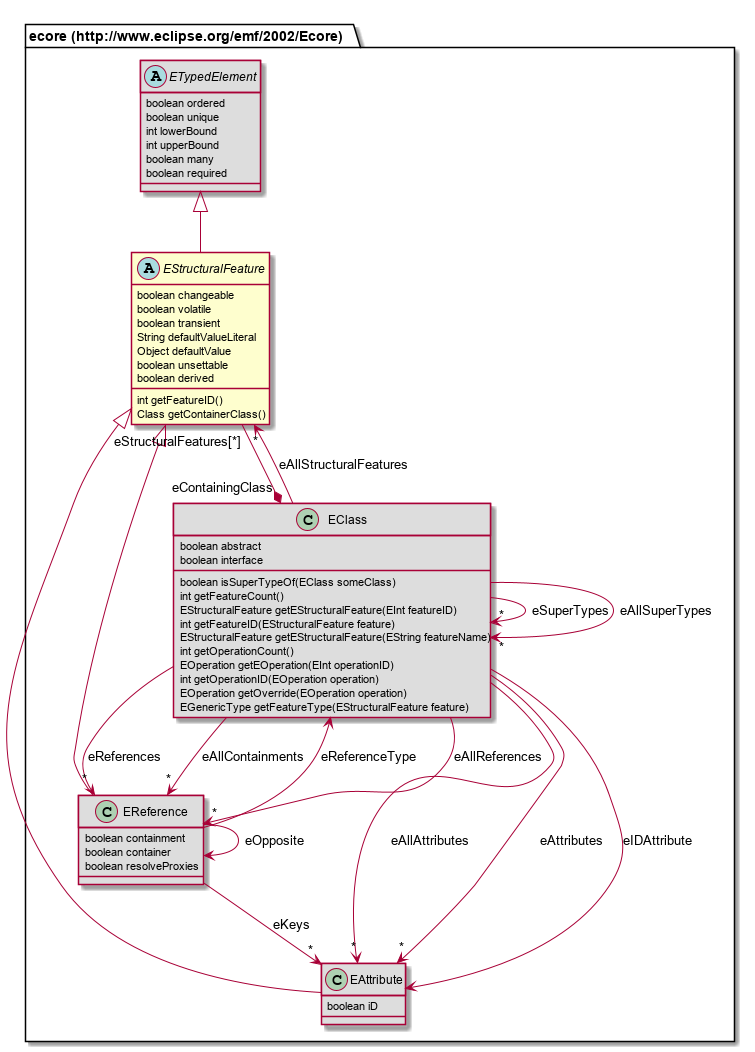
Before: repository/src/site/resources/model-doc/687474703a2f2f7777772e65636c697073652e6f72672f656d662f323030322f45636f7265/EStructuralFeature.png, a diagram exported from PlantUML (Nasdanika/html). The source it was exported from:
```plantuml
@startuml
abstract class "ecore (http://www.eclipse.org/emf/2002/Ecore).EStructuralFeature" [[#router/doc-content/687474703a2f2f7777772e65636c697073652e6f72672f656d662f323030322f45636f7265/EStructuralFeature.html]] {
	boolean changeable
	boolean volatile
	boolean transient
	String defaultValueLiteral
	Object defaultValue
	boolean unsettable
	boolean derived
	int getFeatureID()
	Class getContainerClass()
}
abstract class "ecore (http://www.eclipse.org/emf/2002/Ecore).ETypedElement" [[#router/doc-content/687474703a2f2f7777772e65636c697073652e6f72672f656d662f323030322f45636f7265/ETypedElement.html]] #DDDDDD {
	boolean ordered
	boolean unique
	int lowerBound
	int upperBound
	boolean many
	boolean required
}
class "ecore (http://www.eclipse.org/emf/2002/Ecore).EClass" [[#router/doc-content/687474703a2f2f7777772e65636c697073652e6f72672f656d662f323030322f45636f7265/EClass.html]] #DDDDDD {
	boolean abstract
	boolean interface
	boolean isSuperTypeOf(EClass someClass)
	int getFeatureCount()
	EStructuralFeature getEStructuralFeature(EInt featureID)
	int getFeatureID(EStructuralFeature feature)
	EStructuralFeature getEStructuralFeature(EString featureName)
	int getOperationCount()
	EOperation getEOperation(EInt operationID)
	int getOperationID(EOperation operation)
	EOperation getOverride(EOperation operation)
	EGenericType getFeatureType(EStructuralFeature feature)
}
class "ecore (http://www.eclipse.org/emf/2002/Ecore).EAttribute" [[#router/doc-content/687474703a2f2f7777772e65636c697073652e6f72672f656d662f323030322f45636f7265/EAttribute.html]] #DDDDDD {
	boolean iD
}
class "ecore (http://www.eclipse.org/emf/2002/Ecore).EReference" [[#router/doc-content/687474703a2f2f7777772e65636c697073652e6f72672f656d662f323030322f45636f7265/EReference.html]] #DDDDDD {
	boolean containment
	boolean container
	boolean resolveProxies
}
"ecore (http://www.eclipse.org/emf/2002/Ecore).ETypedElement" <|-- "ecore (http://www.eclipse.org/emf/2002/Ecore).EStructuralFeature"
"ecore (http://www.eclipse.org/emf/2002/Ecore).EStructuralFeature" <|-- "ecore (http://www.eclipse.org/emf/2002/Ecore).EAttribute"
"ecore (http://www.eclipse.org/emf/2002/Ecore).EStructuralFeature" <|-- "ecore (http://www.eclipse.org/emf/2002/Ecore).EReference"
"ecore (http://www.eclipse.org/emf/2002/Ecore).EStructuralFeature" "eStructuralFeatures[*]" --* "eContainingClass" "ecore (http://www.eclipse.org/emf/2002/Ecore).EClass"
"ecore (http://www.eclipse.org/emf/2002/Ecore).EClass" --> "*" "ecore (http://www.eclipse.org/emf/2002/Ecore).EClass" : eSuperTypes
"ecore (http://www.eclipse.org/emf/2002/Ecore).EClass" --> "*" "ecore (http://www.eclipse.org/emf/2002/Ecore).EAttribute" : eAllAttributes
"ecore (http://www.eclipse.org/emf/2002/Ecore).EClass" --> "*" "ecore (http://www.eclipse.org/emf/2002/Ecore).EReference" : eAllReferences
"ecore (http://www.eclipse.org/emf/2002/Ecore).EClass" --> "*" "ecore (http://www.eclipse.org/emf/2002/Ecore).EReference" : eReferences
"ecore (http://www.eclipse.org/emf/2002/Ecore).EClass" --> "*" "ecore (http://www.eclipse.org/emf/2002/Ecore).EAttribute" : eAttributes
"ecore (http://www.eclipse.org/emf/2002/Ecore).EClass" --> "*" "ecore (http://www.eclipse.org/emf/2002/Ecore).EReference" : eAllContainments
"ecore (http://www.eclipse.org/emf/2002/Ecore).EClass" --> "*" "ecore (http://www.eclipse.org/emf/2002/Ecore).EStructuralFeature" : eAllStructuralFeatures
"ecore (http://www.eclipse.org/emf/2002/Ecore).EClass" --> "*" "ecore (http://www.eclipse.org/emf/2002/Ecore).EClass" : eAllSuperTypes
"ecore (http://www.eclipse.org/emf/2002/Ecore).EClass" --> "ecore (http://www.eclipse.org/emf/2002/Ecore).EAttribute" : eIDAttribute
"ecore (http://www.eclipse.org/emf/2002/Ecore).EReference" --> "ecore (http://www.eclipse.org/emf/2002/Ecore).EReference" : eOpposite
"ecore (http://www.eclipse.org/emf/2002/Ecore).EReference" --> "ecore (http://www.eclipse.org/emf/2002/Ecore).EClass" : eReferenceType
"ecore (http://www.eclipse.org/emf/2002/Ecore).EReference" --> "*" "ecore (http://www.eclipse.org/emf/2002/Ecore).EAttribute" : eKeys
@enduml
```
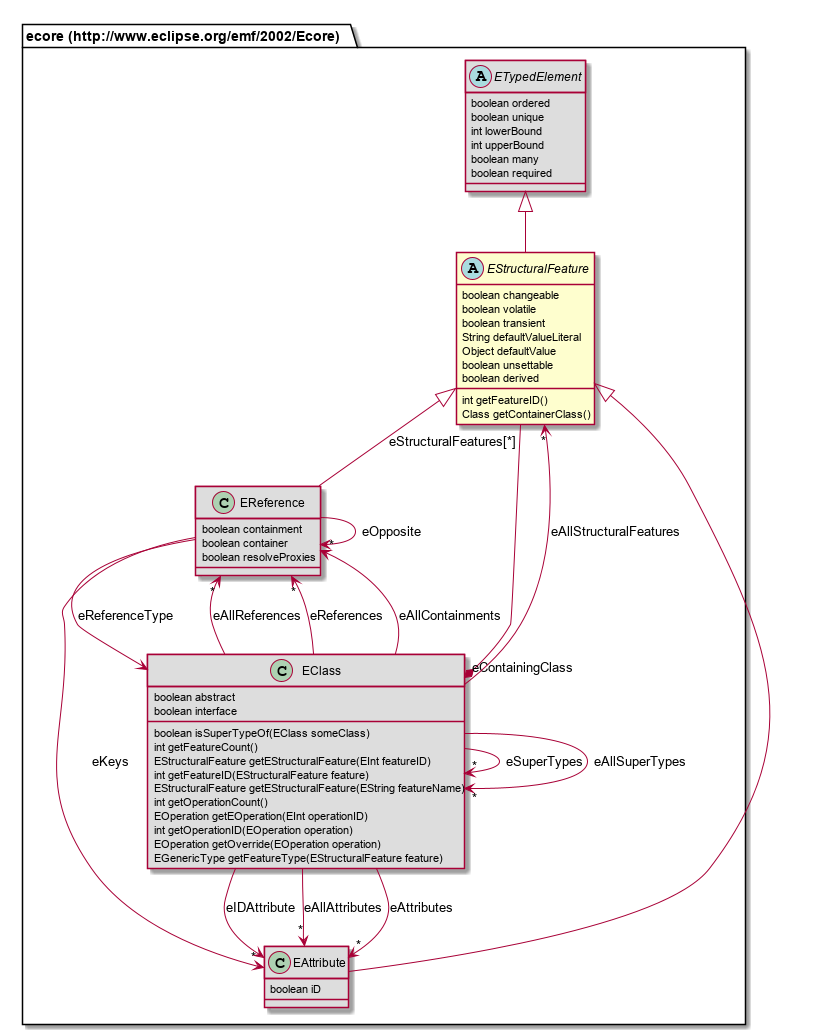
The same file after the commit.

The edit, as a diff of the source:
```diff
@@ -18,6 +18,14 @@
 	boolean many
 	boolean required
 }
+class "ecore (http://www.eclipse.org/emf/2002/Ecore).EReference" [[#router/doc-content/687474703a2f2f7777772e65636c697073652e6f72672f656d662f323030322f45636f7265/EReference.html]] #DDDDDD {
+	boolean containment
+	boolean container
+	boolean resolveProxies
+}
+class "ecore (http://www.eclipse.org/emf/2002/Ecore).EAttribute" [[#router/doc-content/687474703a2f2f7777772e65636c697073652e6f72672f656d662f323030322f45636f7265/EAttribute.html]] #DDDDDD {
+	boolean iD
+}
 class "ecore (http://www.eclipse.org/emf/2002/Ecore).EClass" [[#router/doc-content/687474703a2f2f7777772e65636c697073652e6f72672f656d662f323030322f45636f7265/EClass.html]] #DDDDDD {
 	boolean abstract
 	boolean interface
@@ -32,17 +40,12 @@
 	EOperation getOverride(EOperation operation)
 	EGenericType getFeatureType(EStructuralFeature feature)
 }
-class "ecore (http://www.eclipse.org/emf/2002/Ecore).EAttribute" [[#router/doc-content/687474703a2f2f7777772e65636c697073652e6f72672f656d662f323030322f45636f7265/EAttribute.html]] #DDDDDD {
-	boolean iD
-}
-class "ecore (http://www.eclipse.org/emf/2002/Ecore).EReference" [[#router/doc-content/687474703a2f2f7777772e65636c697073652e6f72672f656d662f323030322f45636f7265/EReference.html]] #DDDDDD {
-	boolean containment
-	boolean container
-	boolean resolveProxies
-}
+"ecore (http://www.eclipse.org/emf/2002/Ecore).EStructuralFeature" <|-- "ecore (http://www.eclipse.org/emf/2002/Ecore).EReference"
 "ecore (http://www.eclipse.org/emf/2002/Ecore).ETypedElement" <|-- "ecore (http://www.eclipse.org/emf/2002/Ecore).EStructuralFeature"
 "ecore (http://www.eclipse.org/emf/2002/Ecore).EStructuralFeature" <|-- "ecore (http://www.eclipse.org/emf/2002/Ecore).EAttribute"
-"ecore (http://www.eclipse.org/emf/2002/Ecore).EStructuralFeature" <|-- "ecore (http://www.eclipse.org/emf/2002/Ecore).EReference"
+"ecore (http://www.eclipse.org/emf/2002/Ecore).EReference" --> "ecore (http://www.eclipse.org/emf/2002/Ecore).EReference" : eOpposite
+"ecore (http://www.eclipse.org/emf/2002/Ecore).EReference" --> "ecore (http://www.eclipse.org/emf/2002/Ecore).EClass" : eReferenceType
+"ecore (http://www.eclipse.org/emf/2002/Ecore).EReference" --> "*" "ecore (http://www.eclipse.org/emf/2002/Ecore).EAttribute" : eKeys
 "ecore (http://www.eclipse.org/emf/2002/Ecore).EStructuralFeature" "eStructuralFeatures[*]" --* "eContainingClass" "ecore (http://www.eclipse.org/emf/2002/Ecore).EClass"
 "ecore (http://www.eclipse.org/emf/2002/Ecore).EClass" --> "*" "ecore (http://www.eclipse.org/emf/2002/Ecore).EClass" : eSuperTypes
 "ecore (http://www.eclipse.org/emf/2002/Ecore).EClass" --> "*" "ecore (http://www.eclipse.org/emf/2002/Ecore).EAttribute" : eAllAttributes
@@ -53,7 +56,4 @@
 "ecore (http://www.eclipse.org/emf/2002/Ecore).EClass" --> "*" "ecore (http://www.eclipse.org/emf/2002/Ecore).EStructuralFeature" : eAllStructuralFeatures
 "ecore (http://www.eclipse.org/emf/2002/Ecore).EClass" --> "*" "ecore (http://www.eclipse.org/emf/2002/Ecore).EClass" : eAllSuperTypes
 "ecore (http://www.eclipse.org/emf/2002/Ecore).EClass" --> "ecore (http://www.eclipse.org/emf/2002/Ecore).EAttribute" : eIDAttribute
-"ecore (http://www.eclipse.org/emf/2002/Ecore).EReference" --> "ecore (http://www.eclipse.org/emf/2002/Ecore).EReference" : eOpposite
-"ecore (http://www.eclipse.org/emf/2002/Ecore).EReference" --> "ecore (http://www.eclipse.org/emf/2002/Ecore).EClass" : eReferenceType
-"ecore (http://www.eclipse.org/emf/2002/Ecore).EReference" --> "*" "ecore (http://www.eclipse.org/emf/2002/Ecore).EAttribute" : eKeys
 @enduml
```
